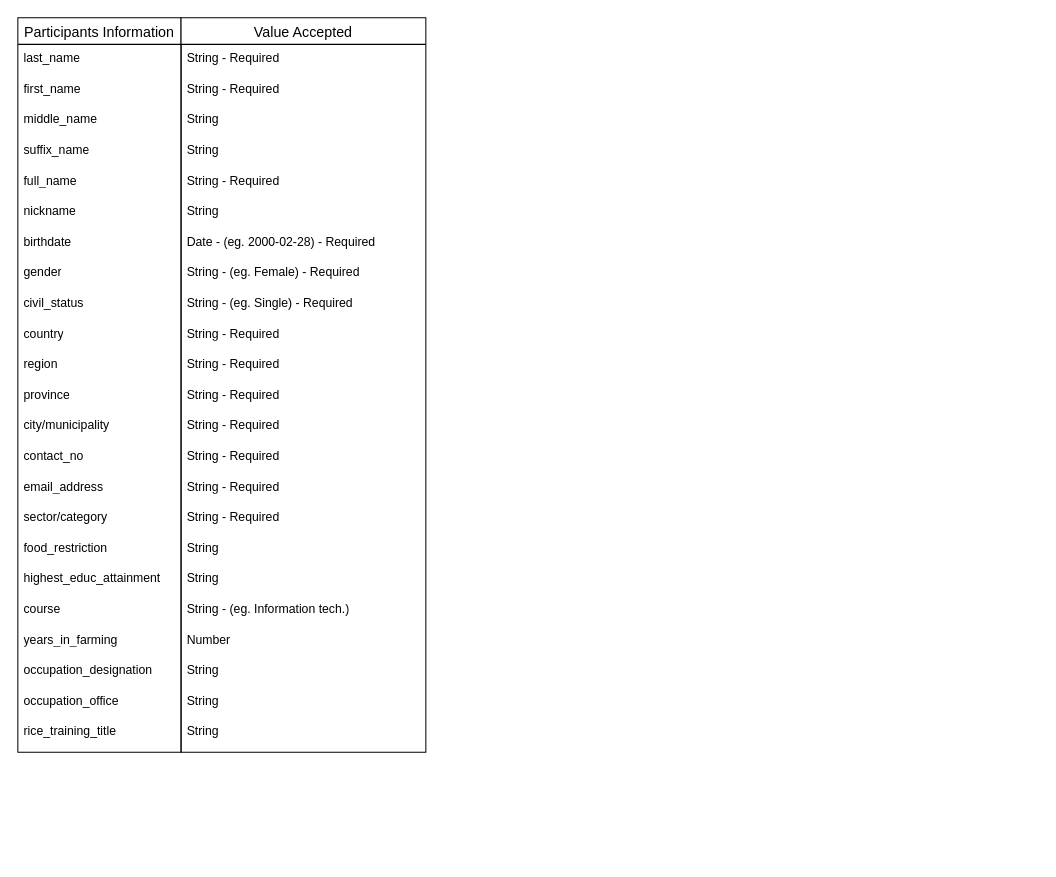
The draw.io diagram tmis_data.drawio in klinton26/tmis_data_draft, before the edit. Source tidied: cells renumbered, new cells numbered last; positions are measured from the earlier drawing's top-left corner, leaving out a move shared by most shapes. Both pictures are drawn from the tidied source at 102%, with x=0, y=0 at pixel (17, 17).
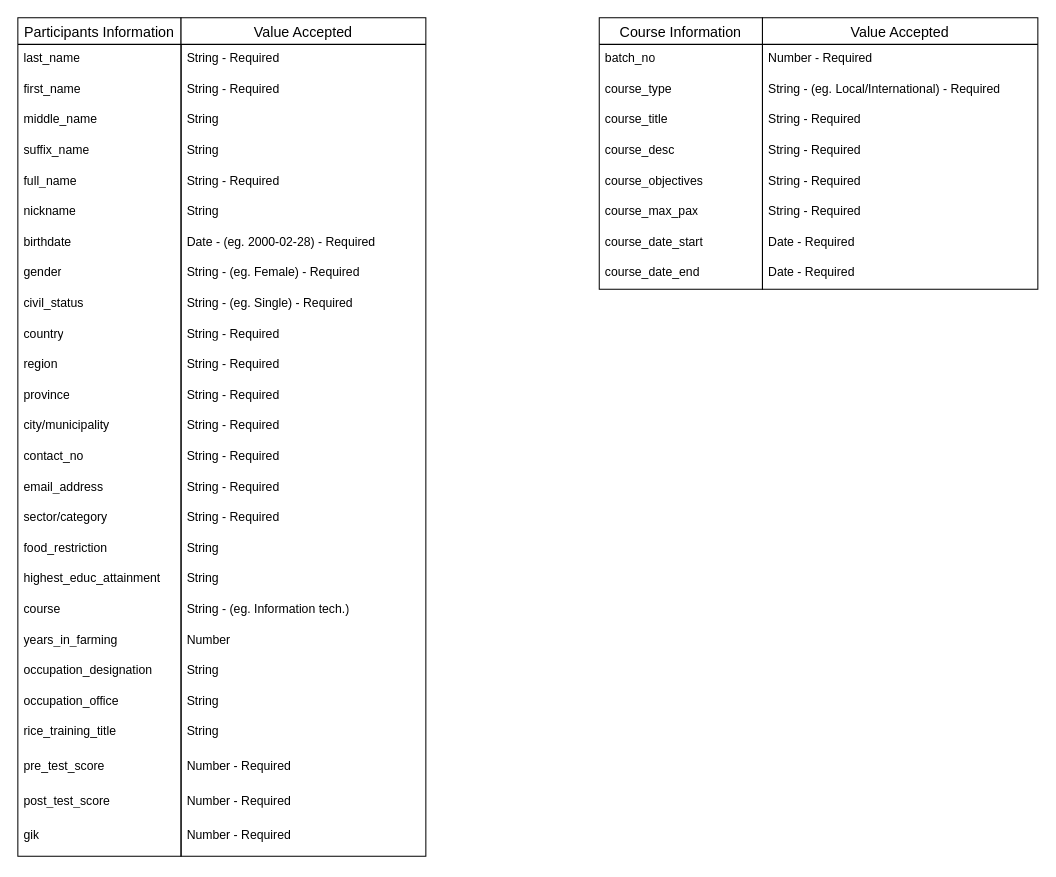
The same diagram, later.

The edit, as a diff of the source:
```diff
@@
     <mxCell id="2" value="Participants Information" style="swimlane;fontStyle=0;horizontal=1;startSize=26;align=center;fontSize=14;" parent="1" vertex="1">
-      <mxGeometry width="160" height="720" as="geometry" />
+      <mxGeometry width="160" height="822" as="geometry" />
     </mxCell>
@@
+    <mxCell id="50" value="rice_training_title" style="text;strokeColor=none;fillColor=none;spacingLeft=4;spacingRight=4;overflow=hidden;fontSize=12;whiteSpace=wrap;html=1;" parent="2" vertex="1">
+      <mxGeometry y="686" width="160" height="34" as="geometry" />
+    </mxCell>
+    <mxCell id="51" value="pre_test_score" style="text;strokeColor=none;fillColor=none;spacingLeft=4;spacingRight=4;overflow=hidden;fontSize=12;whiteSpace=wrap;html=1;" parent="2" vertex="1">
+      <mxGeometry y="720" width="160" height="34" as="geometry" />
+    </mxCell>
+    <mxCell id="52" value="post_test_score" style="text;strokeColor=none;fillColor=none;spacingLeft=4;spacingRight=4;overflow=hidden;fontSize=12;whiteSpace=wrap;html=1;" parent="2" vertex="1">
+      <mxGeometry y="754" width="160" height="34" as="geometry" />
+    </mxCell>
-    <mxCell id="25" value="rice_training_title" style="text;strokeColor=none;fillColor=none;spacingLeft=4;spacingRight=4;overflow=hidden;fontSize=12;whiteSpace=wrap;html=1;" parent="2" vertex="1">
-      <mxGeometry y="686" width="160" height="34" as="geometry" />
+    <mxCell id="25" value="gik" style="text;strokeColor=none;fillColor=none;spacingLeft=4;spacingRight=4;overflow=hidden;fontSize=12;whiteSpace=wrap;html=1;" parent="2" vertex="1">
+      <mxGeometry y="788" width="160" height="34" as="geometry" />
     </mxCell>
     <mxCell id="26" value="Value Accepted" style="swimlane;fontStyle=0;horizontal=1;startSize=26;align=center;fontSize=14;" parent="1" vertex="1">
-      <mxGeometry x="160" width="240" height="720" as="geometry" />
+      <mxGeometry x="160" width="240" height="822" as="geometry" />
     </mxCell>
@@
+    <mxCell id="53" value="Number - Required" style="text;strokeColor=none;fillColor=none;spacingLeft=4;spacingRight=4;overflow=hidden;fontSize=12;whiteSpace=wrap;html=1;" parent="26" vertex="1">
+      <mxGeometry y="720" width="240" height="34" as="geometry" />
+    </mxCell>
+    <mxCell id="54" value="Number - Required" style="text;strokeColor=none;fillColor=none;spacingLeft=4;spacingRight=4;overflow=hidden;fontSize=12;whiteSpace=wrap;html=1;" parent="26" vertex="1">
+      <mxGeometry y="754" width="240" height="34" as="geometry" />
+    </mxCell>
+    <mxCell id="55" value="Number - Required" style="text;strokeColor=none;fillColor=none;spacingLeft=4;spacingRight=4;overflow=hidden;fontSize=12;whiteSpace=wrap;html=1;" parent="26" vertex="1">
+      <mxGeometry y="788" width="240" height="34" as="geometry" />
+    </mxCell>
+    <mxCell id="56" value="Course Information" style="swimlane;fontStyle=0;horizontal=1;startSize=26;align=center;fontSize=14;" parent="1" vertex="1">
+      <mxGeometry x="570" width="160" height="266" as="geometry" />
+    </mxCell>
+    <mxCell id="57" value="batch_no" style="text;strokeColor=none;fillColor=none;spacingLeft=4;spacingRight=4;overflow=hidden;fontSize=12;whiteSpace=wrap;html=1;" parent="56" vertex="1">
+      <mxGeometry y="26" width="160" height="30" as="geometry" />
+    </mxCell>
+    <mxCell id="58" value="course_type" style="text;strokeColor=none;fillColor=none;spacingLeft=4;spacingRight=4;overflow=hidden;fontSize=12;whiteSpace=wrap;html=1;" parent="56" vertex="1">
+      <mxGeometry y="56" width="160" height="30" as="geometry" />
+    </mxCell>
+    <mxCell id="59" value="course_title" style="text;strokeColor=none;fillColor=none;spacingLeft=4;spacingRight=4;overflow=hidden;fontSize=12;whiteSpace=wrap;html=1;" parent="56" vertex="1">
+      <mxGeometry y="86" width="160" height="30" as="geometry" />
+    </mxCell>
+    <mxCell id="60" value="course_desc" style="text;strokeColor=none;fillColor=none;spacingLeft=4;spacingRight=4;overflow=hidden;fontSize=12;whiteSpace=wrap;html=1;" parent="56" vertex="1">
+      <mxGeometry y="116" width="160" height="30" as="geometry" />
+    </mxCell>
+    <mxCell id="61" value="course_objectives" style="text;strokeColor=none;fillColor=none;spacingLeft=4;spacingRight=4;overflow=hidden;fontSize=12;whiteSpace=wrap;html=1;" parent="56" vertex="1">
+      <mxGeometry y="146" width="160" height="30" as="geometry" />
+    </mxCell>
+    <mxCell id="62" value="course_max_pax" style="text;strokeColor=none;fillColor=none;spacingLeft=4;spacingRight=4;overflow=hidden;fontSize=12;whiteSpace=wrap;html=1;" parent="56" vertex="1">
+      <mxGeometry y="176" width="160" height="30" as="geometry" />
+    </mxCell>
+    <mxCell id="63" value="course_date_start" style="text;strokeColor=none;fillColor=none;spacingLeft=4;spacingRight=4;overflow=hidden;fontSize=12;whiteSpace=wrap;html=1;" parent="56" vertex="1">
+      <mxGeometry y="206" width="160" height="30" as="geometry" />
+    </mxCell>
+    <mxCell id="64" value="course_date_end" style="text;strokeColor=none;fillColor=none;spacingLeft=4;spacingRight=4;overflow=hidden;fontSize=12;whiteSpace=wrap;html=1;" parent="56" vertex="1">
+      <mxGeometry y="236" width="160" height="30" as="geometry" />
+    </mxCell>
+    <mxCell id="65" value="Value Accepted" style="swimlane;fontStyle=0;horizontal=1;startSize=26;align=center;fontSize=14;" parent="1" vertex="1">
+      <mxGeometry x="730" width="270" height="266" as="geometry" />
+    </mxCell>
+    <mxCell id="66" value="Number - Required" style="text;strokeColor=none;fillColor=none;spacingLeft=4;spacingRight=4;overflow=hidden;fontSize=12;whiteSpace=wrap;html=1;" parent="65" vertex="1">
+      <mxGeometry y="26" width="270" height="30" as="geometry" />
+    </mxCell>
+    <mxCell id="67" value="String - (eg. Local/International) - Required" style="text;strokeColor=none;fillColor=none;spacingLeft=4;spacingRight=4;overflow=hidden;fontSize=12;whiteSpace=wrap;html=1;" parent="65" vertex="1">
+      <mxGeometry y="56" width="270" height="30" as="geometry" />
+    </mxCell>
+    <mxCell id="68" value="String - Required" style="text;strokeColor=none;fillColor=none;spacingLeft=4;spacingRight=4;overflow=hidden;fontSize=12;whiteSpace=wrap;html=1;" parent="65" vertex="1">
+      <mxGeometry y="86" width="270" height="30" as="geometry" />
+    </mxCell>
+    <mxCell id="69" value="String - Required" style="text;strokeColor=none;fillColor=none;spacingLeft=4;spacingRight=4;overflow=hidden;fontSize=12;whiteSpace=wrap;html=1;" parent="65" vertex="1">
+      <mxGeometry y="116" width="270" height="30" as="geometry" />
+    </mxCell>
+    <mxCell id="70" value="String - Required" style="text;strokeColor=none;fillColor=none;spacingLeft=4;spacingRight=4;overflow=hidden;fontSize=12;whiteSpace=wrap;html=1;" parent="65" vertex="1">
+      <mxGeometry y="146" width="270" height="30" as="geometry" />
+    </mxCell>
+    <mxCell id="71" value="String - Required" style="text;strokeColor=none;fillColor=none;spacingLeft=4;spacingRight=4;overflow=hidden;fontSize=12;whiteSpace=wrap;html=1;" parent="65" vertex="1">
+      <mxGeometry y="176" width="270" height="30" as="geometry" />
+    </mxCell>
+    <mxCell id="72" value="Date - Required" style="text;strokeColor=none;fillColor=none;spacingLeft=4;spacingRight=4;overflow=hidden;fontSize=12;whiteSpace=wrap;html=1;" parent="65" vertex="1">
+      <mxGeometry y="206" width="270" height="30" as="geometry" />
+    </mxCell>
+    <mxCell id="73" value="Date - Required" style="text;strokeColor=none;fillColor=none;spacingLeft=4;spacingRight=4;overflow=hidden;fontSize=12;whiteSpace=wrap;html=1;" parent="65" vertex="1">
+      <mxGeometry y="236" width="270" height="30" as="geometry" />
+    </mxCell>
```
